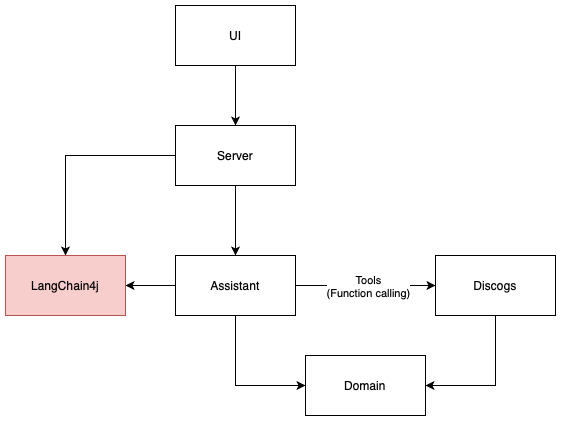
This is assets/vinyl-recommender-architecture.png from gpr-indevelopment/ai-vinyl-specialist, a draw.io export, as it was before one commit. Source tidied: cells renumbered, new cells last; positions are measured from the earlier drawing's top-left corner, leaving out a move shared by most shapes.
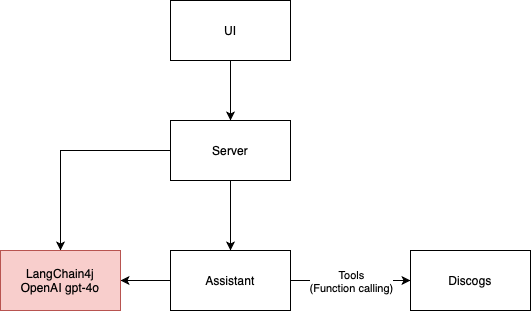
After the commit.

Commit message:
Updated architecture diagram

What changed in the source:
```diff
@@ -11,9 +11,6 @@
     <mxCell id="4" value="Server" style="rounded=0;whiteSpace=wrap;html=1;" parent="1" vertex="1">
       <mxGeometry x="170" y="120" width="120" height="60" as="geometry" />
     </mxCell>
-    <mxCell id="5" value="Domain" style="rounded=0;whiteSpace=wrap;html=1;" parent="1" vertex="1">
-      <mxGeometry x="300" y="350" width="120" height="60" as="geometry" />
-    </mxCell>
     <mxCell id="6" style="edgeStyle=orthogonalEdgeStyle;rounded=0;jettySize=auto;html=1;entryX=0;entryY=0.5;entryDx=0;entryDy=0;" parent="1" edge="1" source="10" target="12">
       <mxGeometry relative="1" as="geometry" />
     </mxCell>
@@ -22,20 +19,14 @@
         <mxPoint x="-15" y="-2" as="offset" />
       </mxGeometry>
     </mxCell>
-    <mxCell id="8" style="edgeStyle=orthogonalEdgeStyle;rounded=0;jettySize=auto;html=1;entryX=0;entryY=0.5;entryDx=0;entryDy=0;exitX=0.5;exitY=1;exitDx=0;exitDy=0;" parent="1" edge="1" source="10" target="5">
-      <mxGeometry relative="1" as="geometry" />
-    </mxCell>
     <mxCell id="9" style="edgeStyle=orthogonalEdgeStyle;rounded=0;jettySize=auto;html=1;entryX=1;entryY=0.5;entryDx=0;entryDy=0;" parent="1" edge="1" source="10" target="15">
       <mxGeometry relative="1" as="geometry" />
     </mxCell>
     <mxCell id="10" value="Assistant" style="rounded=0;whiteSpace=wrap;html=1;" parent="1" vertex="1">
       <mxGeometry x="170" y="250" width="120" height="60" as="geometry" />
     </mxCell>
-    <mxCell id="11" style="edgeStyle=orthogonalEdgeStyle;rounded=0;jettySize=auto;html=1;entryX=1;entryY=0.5;entryDx=0;entryDy=0;exitX=0.5;exitY=1;exitDx=0;exitDy=0;" parent="1" edge="1" source="12" target="5">
-      <mxGeometry relative="1" as="geometry" />
-    </mxCell>
     <mxCell id="12" value="Discogs" style="rounded=0;whiteSpace=wrap;html=1;" parent="1" vertex="1">
-      <mxGeometry x="430" y="250" width="120" height="60" as="geometry" />
+      <mxGeometry x="410" y="250" width="120" height="60" as="geometry" />
     </mxCell>
     <mxCell id="13" style="edgeStyle=orthogonalEdgeStyle;rounded=0;jettySize=auto;html=1;entryX=0.5;entryY=0;entryDx=0;entryDy=0;" parent="1" edge="1" source="14" target="4">
       <mxGeometry relative="1" as="geometry" />
@@ -43,7 +34,7 @@
     <mxCell id="14" value="UI" style="rounded=0;whiteSpace=wrap;html=1;" parent="1" vertex="1">
       <mxGeometry x="170" width="120" height="60" as="geometry" />
     </mxCell>
-    <mxCell id="15" value="LangChain4j" style="rounded=0;whiteSpace=wrap;html=1;fillColor=#f8cecc;strokeColor=#b85450;" parent="1" vertex="1">
+    <mxCell id="15" value="LangChain4j&lt;div&gt;OpenAI gpt-4o&lt;/div&gt;" style="rounded=0;whiteSpace=wrap;html=1;fillColor=#f8cecc;strokeColor=#b85450;" parent="1" vertex="1">
       <mxGeometry y="250" width="120" height="60" as="geometry" />
     </mxCell>
   </root>
```
